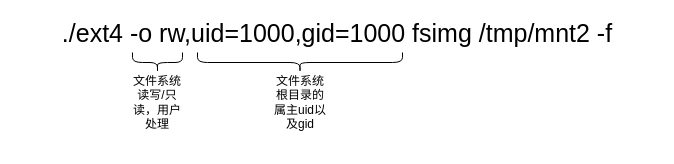
Earlier version of the draw.io diagram 未命名绘图.drawio (493520280/blog-img). Source tidied: cells renumbered, new cells numbered last; positions are measured from the earlier drawing's top-left corner, leaving out a move shared by most shapes. Both pictures are drawn from the tidied source at 100%, with x=0, y=0 at pixel (17, -41).
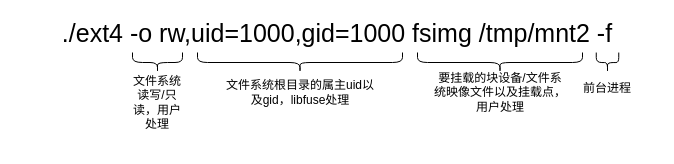
After the change.

Commit message (it also covers changes not shown here):
更新未命名绘图.drawio

Diff of the diagram source:
```diff
@@
 <mxGraphModel>
   <root>
     <mxCell id="0" />
     <mxCell id="1" parent="0" />
     <mxCell id="2" value="./ext4 -o rw,uid=1000,gid=1000 fsimg /tmp/mnt2 -f" style="text;html=1;strokeColor=none;fillColor=none;align=center;verticalAlign=middle;whiteSpace=wrap;rounded=0;fontSize=25;" parent="1" vertex="1">
       <mxGeometry y="58" width="640" height="30" as="geometry" />
     </mxCell>
     <mxCell id="3" style="shape=curlyBracket;whiteSpace=wrap;html=1;rounded=1;labelPosition=left;verticalLabelPosition=middle;align=right;verticalAlign=middle;rotation=-90;size=0.5;" parent="1" vertex="1">
       <mxGeometry x="130" y="78" width="20" height="50" as="geometry" />
     </mxCell>
     <mxCell id="4" value="文件系统读写/只读，用户处理" style="text;html=1;strokeColor=none;fillColor=none;align=center;verticalAlign=middle;whiteSpace=wrap;rounded=0;" parent="1" vertex="1">
       <mxGeometry x="110" y="98" width="60" height="90" as="geometry" />
     </mxCell>
     <mxCell id="5" style="shape=curlyBracket;whiteSpace=wrap;html=1;rounded=1;labelPosition=left;verticalLabelPosition=middle;align=right;verticalAlign=middle;rotation=-90;" parent="1" vertex="1">
       <mxGeometry x="272.5" y="0.5" width="20" height="205" as="geometry" />
     </mxCell>
-    <mxCell id="6" value="文件系统根目录的属主uid以及gid" style="text;html=1;strokeColor=none;fillColor=none;align=center;verticalAlign=middle;whiteSpace=wrap;rounded=0;" parent="1" vertex="1">
-      <mxGeometry x="252.5" y="128" width="60" height="30" as="geometry" />
+    <mxCell id="6" value="文件系统根目录的属主uid以及gid，libfuse处理" style="text;html=1;strokeColor=none;fillColor=none;align=center;verticalAlign=middle;whiteSpace=wrap;rounded=0;" parent="1" vertex="1">
+      <mxGeometry x="202.5" y="118" width="160" height="30" as="geometry" />
     </mxCell>
+    <mxCell id="7" style="shape=curlyBracket;whiteSpace=wrap;html=1;rounded=1;labelPosition=left;verticalLabelPosition=middle;align=right;verticalAlign=middle;rotation=-90;" parent="1" vertex="1">
+      <mxGeometry x="472.5" y="20.5" width="20" height="165" as="geometry" />
+    </mxCell>
+    <mxCell id="8" value="要挂载的块设备/文件系统映像文件以及挂载点，用户处理" style="text;html=1;strokeColor=none;fillColor=none;align=center;verticalAlign=middle;whiteSpace=wrap;rounded=0;" parent="1" vertex="1">
+      <mxGeometry x="415.6" y="118" width="133.8" height="30" as="geometry" />
+    </mxCell>
+    <mxCell id="9" value="前台进程" style="text;html=1;strokeColor=none;fillColor=none;align=center;verticalAlign=middle;whiteSpace=wrap;rounded=0;" parent="1" vertex="1">
+      <mxGeometry x="560" y="114.2" width="60" height="30" as="geometry" />
+    </mxCell>
+    <mxCell id="10" style="shape=curlyBracket;whiteSpace=wrap;html=1;rounded=1;labelPosition=left;verticalLabelPosition=middle;align=right;verticalAlign=middle;rotation=-90;size=0.5;" parent="1" vertex="1">
+      <mxGeometry x="580" y="91.8" width="20" height="22.5" as="geometry" />
+    </mxCell>
   </root>
 </mxGraphModel>
```
